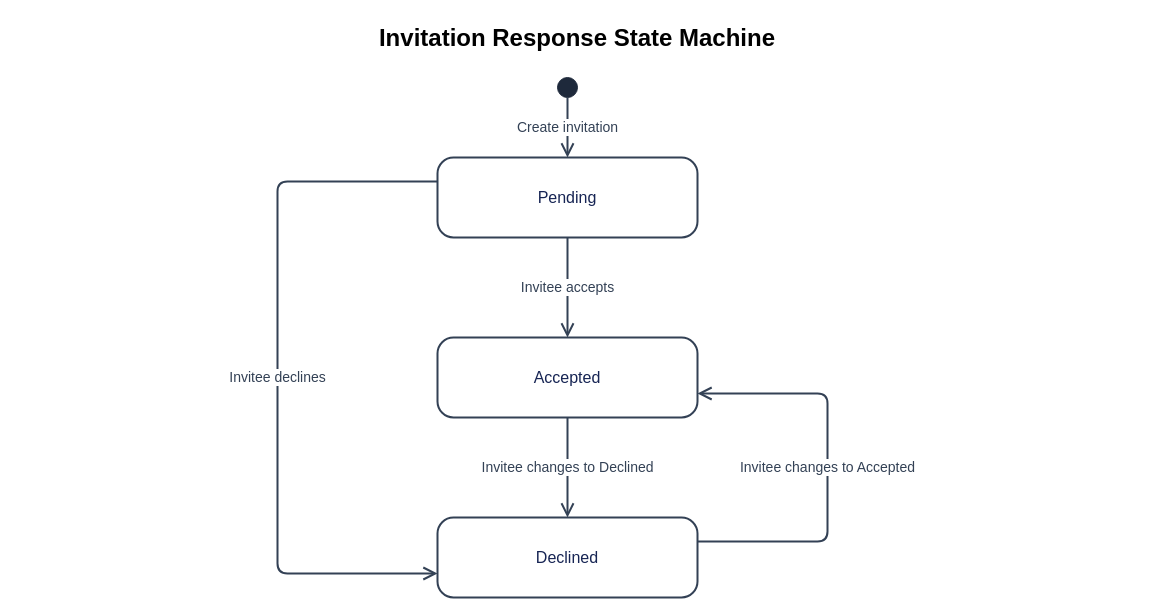
Earlier version of the draw.io diagram docs/10-statemachine/SM-04_InvitationResponse.drawio (callmehai/FU-FA26-G116). Source tidied: cells renumbered, new cells numbered last; positions are measured from the earlier drawing's top-left corner, leaving out a move shared by most shapes. Both pictures are drawn from the tidied source at 100%, with x=0, y=0 at pixel (17, 17).
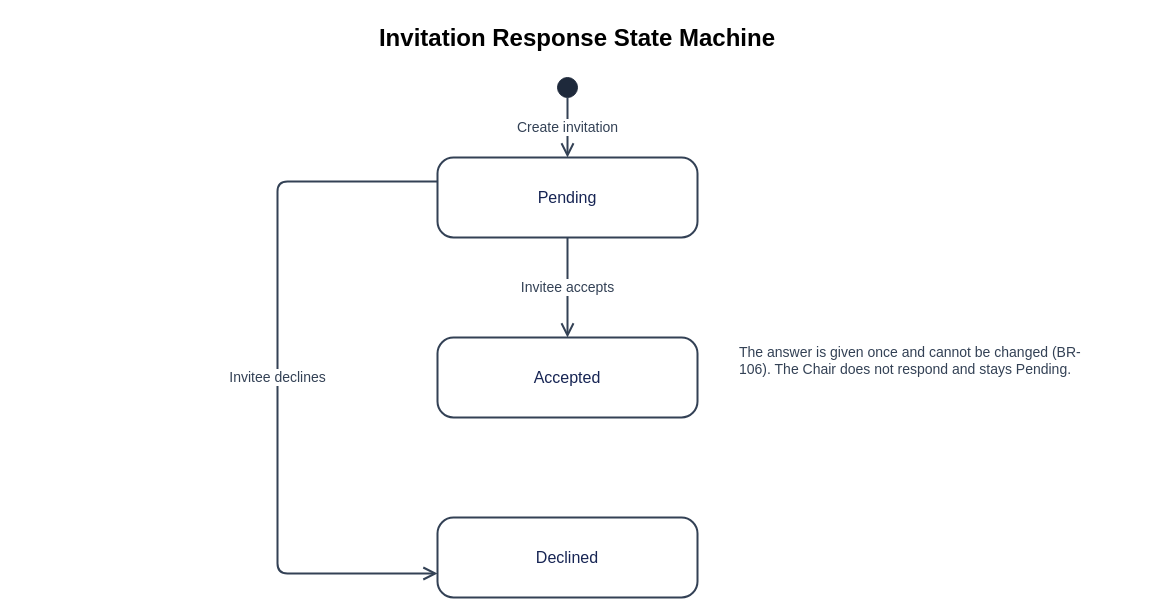
After the change.

Diff of the diagram source:
```diff
@@
 <mxGraphModel background="#ffffff">
   <root>
     <mxCell id="0" />
     <mxCell id="1" parent="0" />
     <mxCell id="2" value="Invitation Response State Machine" style="html=1;whiteSpace=wrap;fontFamily=Arial;fontSize=16;text;align=center;fontStyle=1;fontSize=24;" parent="1" vertex="1">
       <mxGeometry width="1120" height="50" as="geometry" />
     </mxCell>
     <mxCell id="3" style="html=1;whiteSpace=wrap;fontFamily=Arial;fontSize=16;ellipse;fillColor=#1e293b;strokeColor=#1e293b;" parent="1" vertex="1">
       <mxGeometry x="540" y="60" width="20" height="20" as="geometry" />
     </mxCell>
     <mxCell id="4" value="Pending" style="html=1;whiteSpace=wrap;fontFamily=Arial;fontSize=16;rounded=1;arcSize=20;fillColor=#ffffff;strokeColor=#334155;fontColor=#172554;strokeWidth=2;" parent="1" vertex="1">
       <mxGeometry x="420" y="140" width="260" height="80" as="geometry" />
     </mxCell>
     <mxCell id="5" value="Accepted" style="html=1;whiteSpace=wrap;fontFamily=Arial;fontSize=16;rounded=1;arcSize=20;fillColor=#ffffff;strokeColor=#334155;fontColor=#172554;strokeWidth=2;" parent="1" vertex="1">
       <mxGeometry x="420" y="320" width="260" height="80" as="geometry" />
     </mxCell>
     <mxCell id="6" value="Declined" style="html=1;whiteSpace=wrap;fontFamily=Arial;fontSize=16;rounded=1;arcSize=20;fillColor=#ffffff;strokeColor=#334155;fontColor=#172554;strokeWidth=2;" parent="1" vertex="1">
       <mxGeometry x="420" y="500" width="260" height="80" as="geometry" />
     </mxCell>
     <mxCell id="7" value="Create invitation" style="edgeStyle=orthogonalEdgeStyle;rounded=1;jettySize=auto;html=1;endArrow=open;endSize=10;strokeWidth=2;strokeColor=#334155;fontColor=#334155;fontFamily=Arial;fontSize=14;labelBackgroundColor=#ffffff;exitX=0.5;exitY=1;entryX=0.5;entryY=0;" parent="1" edge="1" source="3" target="4">
       <mxGeometry relative="1" as="geometry" />
     </mxCell>
     <mxCell id="8" value="Invitee accepts" style="edgeStyle=orthogonalEdgeStyle;rounded=1;jettySize=auto;html=1;endArrow=open;endSize=10;strokeWidth=2;strokeColor=#334155;fontColor=#334155;fontFamily=Arial;fontSize=14;labelBackgroundColor=#ffffff;exitX=0.5;exitY=1;entryX=0.5;entryY=0;" parent="1" edge="1" source="4" target="5">
       <mxGeometry relative="1" as="geometry" />
     </mxCell>
     <mxCell id="9" value="Invitee declines" style="edgeStyle=orthogonalEdgeStyle;rounded=1;jettySize=auto;html=1;endArrow=open;endSize=10;strokeWidth=2;strokeColor=#334155;fontColor=#334155;fontFamily=Arial;fontSize=14;labelBackgroundColor=#ffffff;exitX=0;exitY=0.3;entryX=0;entryY=0.7;" parent="1" edge="1" source="4" target="6">
       <mxGeometry relative="1" as="geometry">
         <Array as="points">
           <mxPoint x="260" y="164" />
           <mxPoint x="260" y="556" />
         </Array>
       </mxGeometry>
     </mxCell>
-    <mxCell id="10" value="Invitee changes to Declined" style="edgeStyle=orthogonalEdgeStyle;rounded=1;jettySize=auto;html=1;endArrow=open;endSize=10;strokeWidth=2;strokeColor=#334155;fontColor=#334155;fontFamily=Arial;fontSize=14;labelBackgroundColor=#ffffff;exitX=0.5;exitY=1;entryX=0.5;entryY=0;" parent="1" edge="1" source="5" target="6">
-      <mxGeometry relative="1" as="geometry" />
-    </mxCell>
-    <mxCell id="11" value="Invitee changes to Accepted" style="edgeStyle=orthogonalEdgeStyle;rounded=1;jettySize=auto;html=1;endArrow=open;endSize=10;strokeWidth=2;strokeColor=#334155;fontColor=#334155;fontFamily=Arial;fontSize=14;labelBackgroundColor=#ffffff;exitX=1;exitY=0.3;entryX=1;entryY=0.7;" parent="1" edge="1" source="6" target="5">
-      <mxGeometry relative="1" as="geometry">
-        <Array as="points">
-          <mxPoint x="810" y="524" />
-          <mxPoint x="810" y="376" />
-        </Array>
-      </mxGeometry>
-    </mxCell>
+    <mxCell id="12" value="The answer is given once and cannot be changed (BR-106). The Chair does not respond and stays Pending." style="html=1;whiteSpace=wrap;fontFamily=Arial;fontSize=14;text;align=left;fontColor=#334155;" parent="1" vertex="1">
+      <mxGeometry x="720" y="320" width="360" height="60" as="geometry" />
+    </mxCell>
   </root>
 </mxGraphModel>
```
